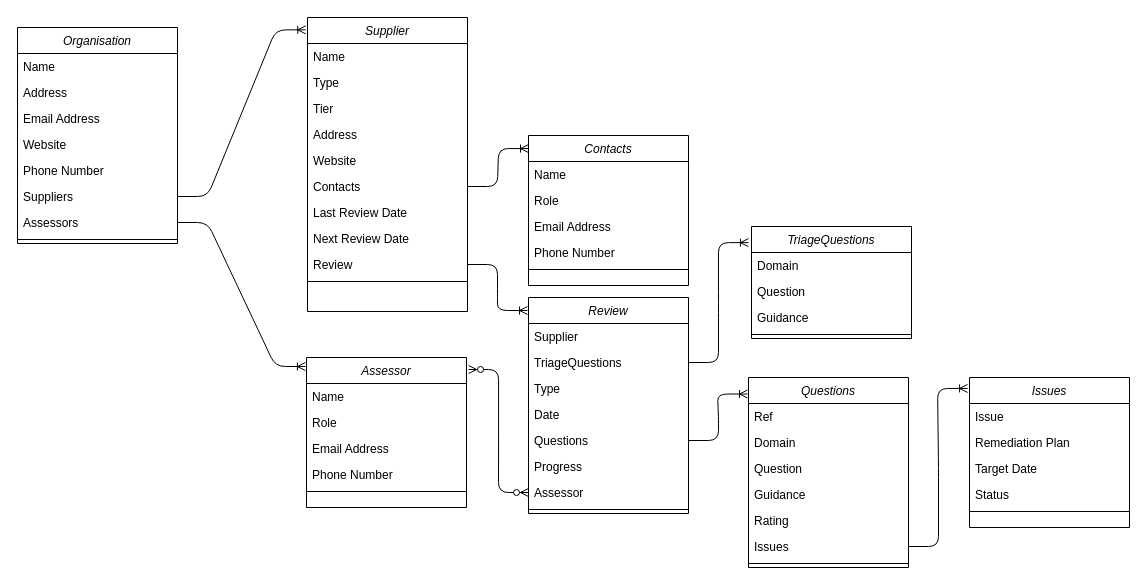
This is Planning/SupplierAssurance dB Design.drawio from michaelmccoll/SupplierAssurance, a draw.io file, before an edit. Source tidied: cells renumbered, new cells numbered last; positions are measured from the earlier drawing's top-left corner, leaving out a move shared by most shapes. Both pictures are drawn from the tidied source at 100%, with x=0, y=0 at pixel (17, 17).
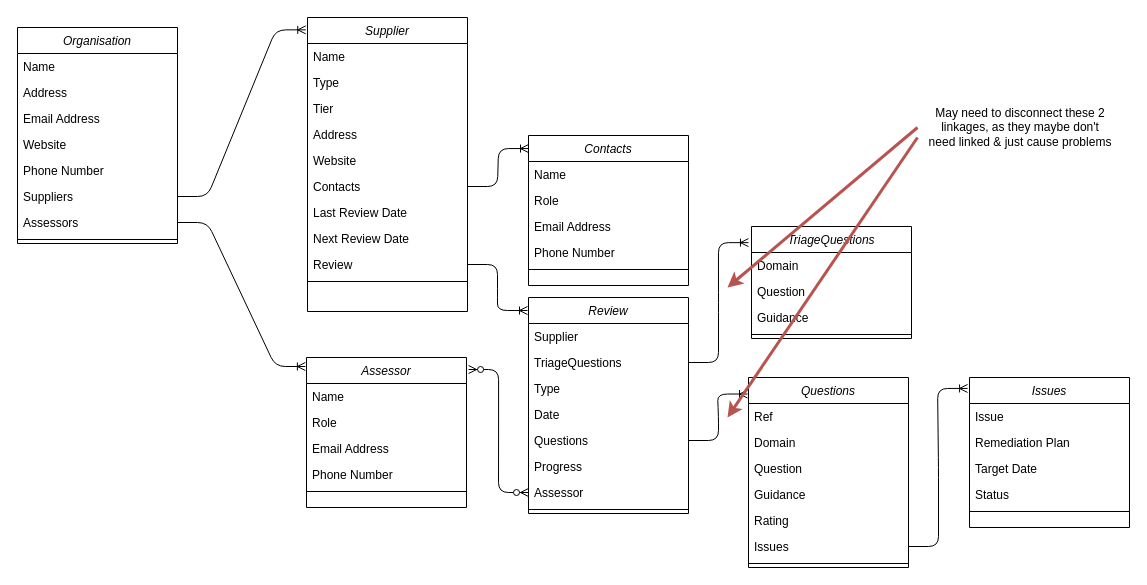
The same page after the edit.

Change to the diagram source:
```diff
@@
+    <mxCell id="70" style="endArrow=classic;html=1;fillColor=#f8cecc;strokeColor=#B85450;strokeWidth=3;" parent="1" edge="1">
+      <mxGeometry relative="1" as="geometry">
+        <mxPoint x="900" y="110" as="sourcePoint" />
+        <mxPoint x="710" y="270" as="targetPoint" />
+      </mxGeometry>
+    </mxCell>
+    <mxCell id="71" style="endArrow=classic;html=1;fillColor=#f8cecc;strokeColor=#B85450;strokeWidth=3;" parent="1" edge="1">
+      <mxGeometry relative="1" as="geometry">
+        <mxPoint x="900" y="120" as="sourcePoint" />
+        <mxPoint x="710" y="400" as="targetPoint" />
+      </mxGeometry>
+    </mxCell>
+    <mxCell id="72" value="May need to disconnect these 2 linkages, as they maybe don't need linked &amp;amp; just cause problems" style="text;html=1;strokeColor=none;fillColor=none;align=center;verticalAlign=middle;whiteSpace=wrap;rounded=0;" parent="1" vertex="1">
+      <mxGeometry x="910" y="80" width="186" height="60" as="geometry" />
+    </mxCell>
```
